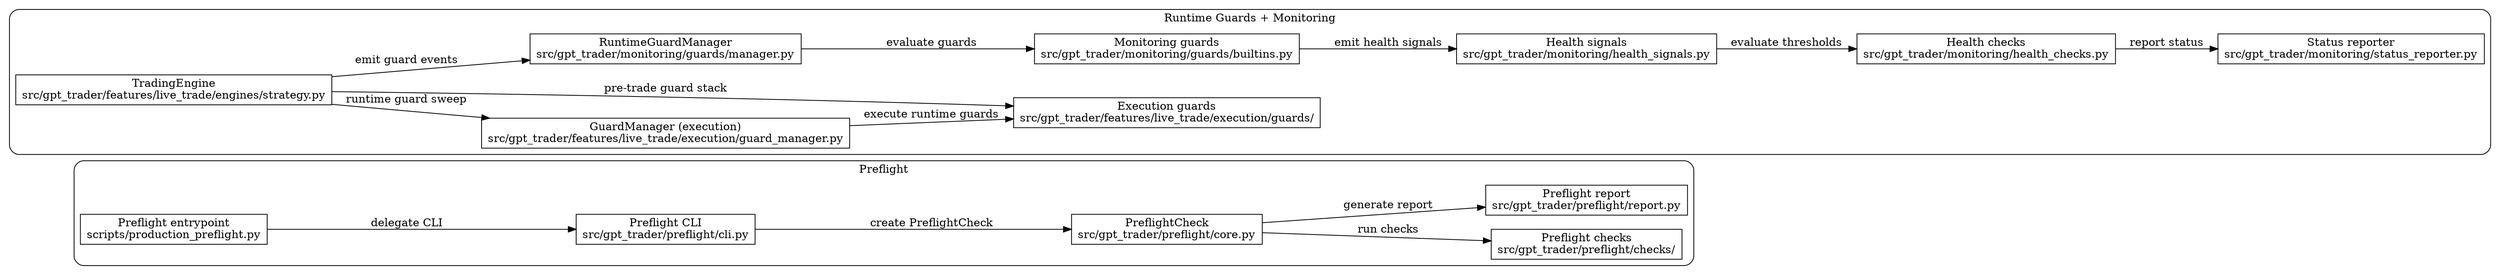
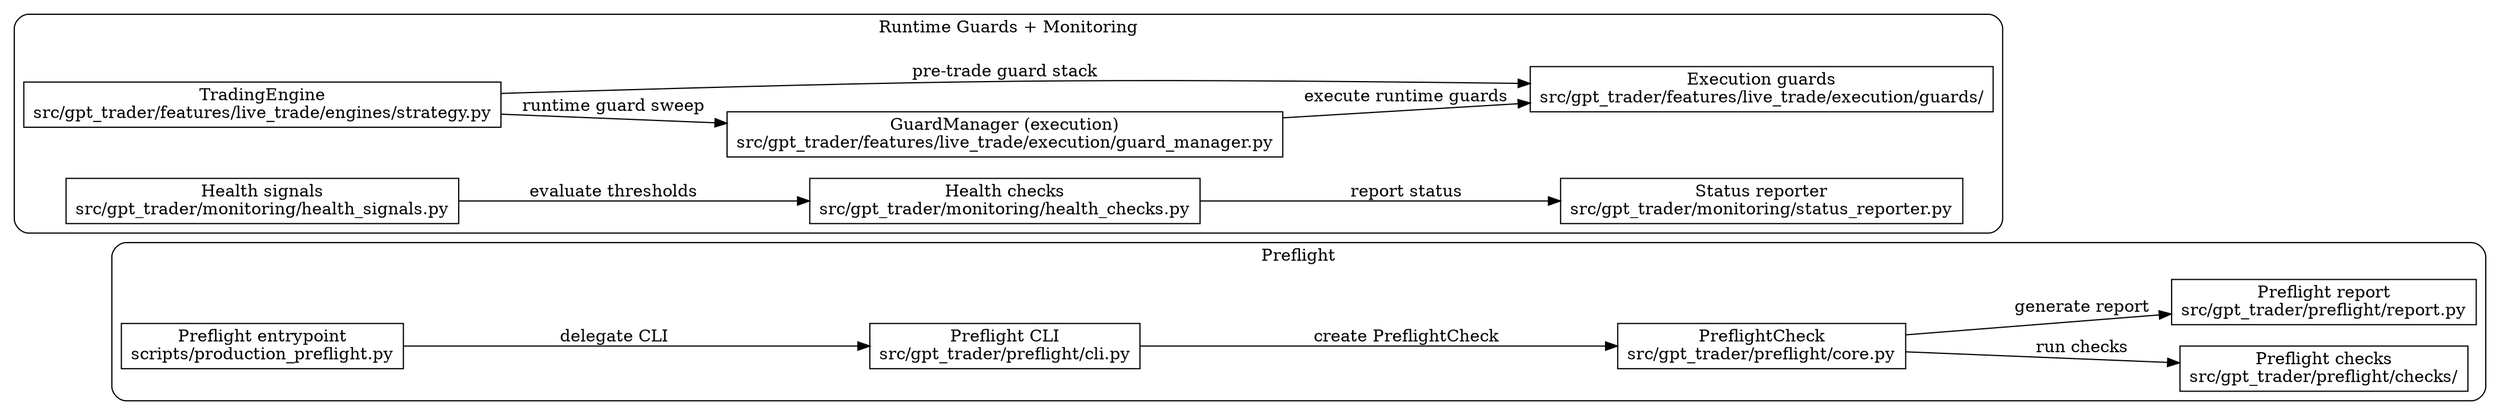
digraph GuardStack {
  rankdir=LR;
  subgraph cluster_preflight {
    label="Preflight";
    style=rounded;
    "preflight_entry" [shape=box, label="Preflight entrypoint\nscripts/production_preflight.py"];
    "preflight_cli" [shape=box, label="Preflight CLI\nsrc/gpt_trader/preflight/cli.py"];
    "preflight_core" [shape=box, label="PreflightCheck\nsrc/gpt_trader/preflight/core.py"];
    "preflight_checks" [shape=box, label="Preflight checks\nsrc/gpt_trader/preflight/checks/"];
    "preflight_report" [shape=box, label="Preflight report\nsrc/gpt_trader/preflight/report.py"];
  }
  subgraph cluster_runtime {
    label="Runtime Guards + Monitoring";
    style=rounded;
    "trading_engine" [shape=box, label="TradingEngine\nsrc/gpt_trader/features/live_trade/engines/strategy.py"];
    "execution_guard_manager" [shape=box, label="GuardManager (execution)\nsrc/gpt_trader/features/live_trade/execution/guard_manager.py"];
    "execution_guards" [shape=box, label="Execution guards\nsrc/gpt_trader/features/live_trade/execution/guards/"];
-     "monitoring_guard_manager" [shape=box, label="RuntimeGuardManager\nsrc/gpt_trader/monitoring/guards/manager.py"];
-     "monitoring_guards" [shape=box, label="Monitoring guards\nsrc/gpt_trader/monitoring/guards/builtins.py"];
    "health_signals" [shape=box, label="Health signals\nsrc/gpt_trader/monitoring/health_signals.py"];
    "health_checks" [shape=box, label="Health checks\nsrc/gpt_trader/monitoring/health_checks.py"];
    "status_reporter" [shape=box, label="Status reporter\nsrc/gpt_trader/monitoring/status_reporter.py"];
  }
  "preflight_entry" -> "preflight_cli" [label="delegate CLI"];
  "preflight_cli" -> "preflight_core" [label="create PreflightCheck"];
  "preflight_core" -> "preflight_checks" [label="run checks"];
  "preflight_core" -> "preflight_report" [label="generate report"];
  "trading_engine" -> "execution_guard_manager" [label="runtime guard sweep"];
  "execution_guard_manager" -> "execution_guards" [label="execute runtime guards"];
  "trading_engine" -> "execution_guards" [label="pre-trade guard stack"];
-   "trading_engine" -> "monitoring_guard_manager" [label="emit guard events"];
-   "monitoring_guard_manager" -> "monitoring_guards" [label="evaluate guards"];
-   "monitoring_guards" -> "health_signals" [label="emit health signals"];
  "health_signals" -> "health_checks" [label="evaluate thresholds"];
  "health_checks" -> "status_reporter" [label="report status"];
}
